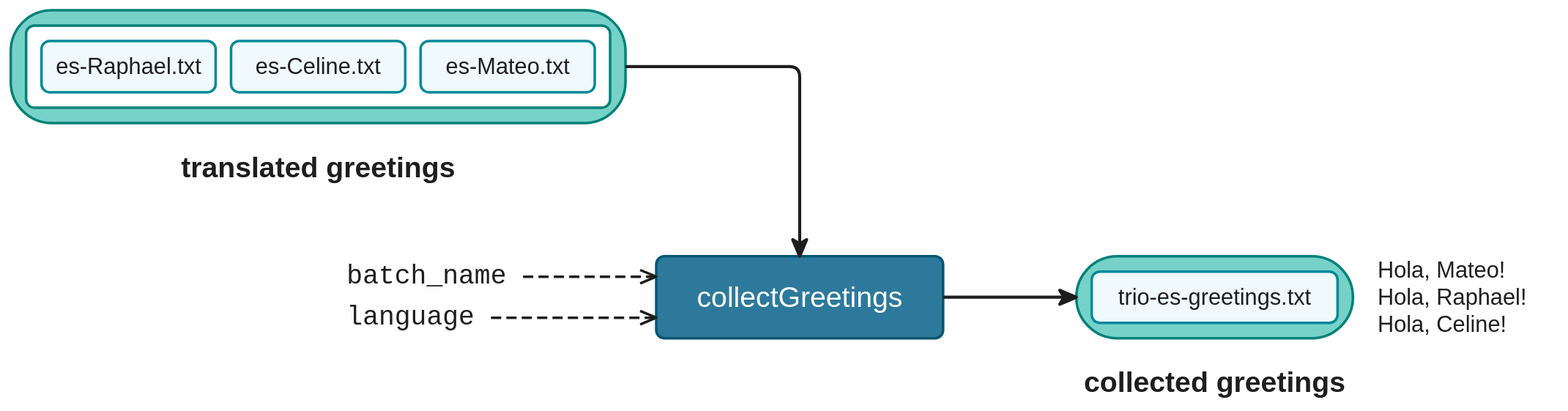
The draw.io diagram docs/en/docs/hello_nextflow/img/hello-collect-batch.drawio.svg in nextflow-io/training, before a commit. Source tidied: cells renumbered, new cells last; positions are measured from the earlier drawing's top-left corner, leaving out a move shared by most shapes.
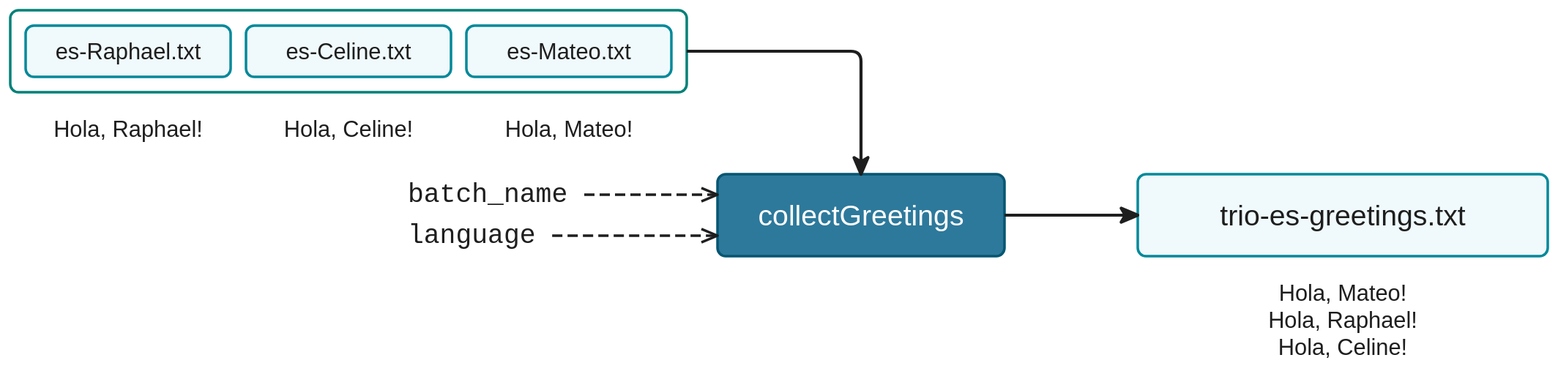
Later version of the same file.

Commit message:
docs(hello_nextflow): abstract process views before the code; h4 spacing

What changed in the source:
```diff
@@ -2,31 +2,34 @@
   <root>
     <mxCell id="0" />
     <mxCell id="1" parent="0" />
-    <mxCell id="2" style="rounded=1;absoluteArcSize=1;arcSize=80;fillColor=#76d2c8;strokeColor=#018178;strokeWidth=2.5;fontFamily=Helvetica;fontSize=28;fontColor=#1e1e1e;html=0;whiteSpace=nowrap;" parent="1" vertex="1">
-      <mxGeometry width="600" height="110" as="geometry" />
+    <mxCell id="2" style="rounded=1;absoluteArcSize=1;arcSize=16;fillColor=#ffffff;strokeColor=#018178;strokeWidth=2.5;fontFamily=Helvetica;fontSize=22;fontColor=#1e1e1e;html=0;whiteSpace=nowrap;" parent="1" vertex="1">
+      <mxGeometry x="-60" y="80" width="660" height="80" as="geometry" />
     </mxCell>
-    <mxCell id="3" style="rounded=1;absoluteArcSize=1;arcSize=16;fillColor=#ffffff;strokeColor=#018178;strokeWidth=2.5;fontFamily=Helvetica;fontSize=22;fontColor=#1e1e1e;html=0;whiteSpace=nowrap;" parent="2" vertex="1">
-      <mxGeometry x="15" y="15" width="570" height="80" as="geometry" />
-    </mxCell>
-    <mxCell id="4" value="es-Raphael.txt" style="rounded=1;absoluteArcSize=1;arcSize=16;fillColor=#f0f9fb;strokeColor=#02899a;strokeWidth=2.5;fontFamily=Helvetica;fontSize=22;fontColor=#1e1e1e;html=0;whiteSpace=nowrap;" parent="3" vertex="1">
-      <mxGeometry x="15" y="15" width="170" height="50" as="geometry" />
+    <mxCell id="4" value="es-Raphael.txt" style="rounded=1;absoluteArcSize=1;arcSize=16;fillColor=#f0f9fb;strokeColor=#02899a;strokeWidth=2.5;fontFamily=Helvetica;fontSize=22;fontColor=#1e1e1e;html=0;whiteSpace=nowrap;" parent="2" vertex="1">
+      <mxGeometry x="15" y="15" width="200" height="50" as="geometry" />
     </mxCell>
+    <mxCell id="19" value="Hola, Raphael!" style="text;align=center;verticalAlign=middle;spacing=0;spacingLeft=4;fontFamily=Helvetica;fontSize=22;fontColor=#1e1e1e;html=0;whiteSpace=nowrap;" parent="1" vertex="1">
+      <mxGeometry x="-45" y="180" width="200" height="32" as="geometry" />
+    </mxCell>
-    <mxCell id="5" value="es-Celine.txt" style="rounded=1;absoluteArcSize=1;arcSize=16;fillColor=#f0f9fb;strokeColor=#02899a;strokeWidth=2.5;fontFamily=Helvetica;fontSize=22;fontColor=#1e1e1e;html=0;whiteSpace=nowrap;" parent="3" vertex="1">
-      <mxGeometry x="200" y="15" width="170" height="50" as="geometry" />
+    <mxCell id="5" value="es-Celine.txt" style="rounded=1;absoluteArcSize=1;arcSize=16;fillColor=#f0f9fb;strokeColor=#02899a;strokeWidth=2.5;fontFamily=Helvetica;fontSize=22;fontColor=#1e1e1e;html=0;whiteSpace=nowrap;" parent="2" vertex="1">
+      <mxGeometry x="230" y="15" width="200" height="50" as="geometry" />
     </mxCell>
+    <mxCell id="20" value="Hola, Celine!" style="text;align=center;verticalAlign=middle;spacing=0;spacingLeft=4;fontFamily=Helvetica;fontSize=22;fontColor=#1e1e1e;html=0;whiteSpace=nowrap;" parent="1" vertex="1">
+      <mxGeometry x="170" y="180" width="200" height="32" as="geometry" />
+    </mxCell>
-    <mxCell id="6" value="es-Mateo.txt" style="rounded=1;absoluteArcSize=1;arcSize=16;fillColor=#f0f9fb;strokeColor=#02899a;strokeWidth=2.5;fontFamily=Helvetica;fontSize=22;fontColor=#1e1e1e;html=0;whiteSpace=nowrap;" parent="3" vertex="1">
-      <mxGeometry x="385" y="15" width="170" height="50" as="geometry" />
+    <mxCell id="6" value="es-Mateo.txt" style="rounded=1;absoluteArcSize=1;arcSize=16;fillColor=#f0f9fb;strokeColor=#02899a;strokeWidth=2.5;fontFamily=Helvetica;fontSize=22;fontColor=#1e1e1e;html=0;whiteSpace=nowrap;" parent="2" vertex="1">
+      <mxGeometry x="445" y="15" width="200" height="50" as="geometry" />
     </mxCell>
-    <mxCell id="7" value="translated greetings" style="text;align=center;verticalAlign=middle;fontFamily=Helvetica;fontSize=28;fontStyle=1;fontColor=#1e1e1e;html=0;whiteSpace=nowrap;" parent="1" vertex="1">
-      <mxGeometry y="135" width="600" height="36" as="geometry" />
-    </mxCell>
+    <mxCell id="21" value="Hola, Mateo!" style="text;align=center;verticalAlign=middle;spacing=0;spacingLeft=4;fontFamily=Helvetica;fontSize=22;fontColor=#1e1e1e;html=0;whiteSpace=nowrap;" parent="1" vertex="1">
+      <mxGeometry x="385" y="180" width="200" height="32" as="geometry" />
+    </mxCell>
     <mxCell id="8" value="collectGreetings" style="rounded=1;absoluteArcSize=1;arcSize=16;fillColor=#2d799b;strokeColor=#055672;strokeWidth=2.5;fontFamily=Helvetica;fontSize=28;fontColor=#ffffff;html=0;whiteSpace=nowrap;" parent="1" vertex="1">
       <mxGeometry x="630" y="240" width="280" height="80" as="geometry" />
     </mxCell>
     <mxCell id="9" style="edgeStyle=orthogonalEdgeStyle;html=0;strokeColor=#1e1e1e;endSize=12;rounded=1;arcSize=40;strokeWidth=3;endArrow=classic;endFill=1;exitX=1;exitY=0.5;exitDx=0;exitDy=0;entryX=0.5;entryY=0;entryDx=0;entryDy=0;" parent="1" edge="1" source="2" target="8">
       <mxGeometry relative="1" as="geometry">
         <Array as="points">
-          <mxPoint x="770" y="55" />
+          <mxPoint x="770" y="120" />
         </Array>
       </mxGeometry>
     </mxCell>
@@ -42,20 +45,14 @@
     <mxCell id="13" style="edgeStyle=none;html=0;strokeColor=#1e1e1e;endSize=12;strokeWidth=2.5;dashed=1;dashPattern=4 2;endArrow=open;endFill=0;exitX=1;exitY=0.5;exitDx=0;exitDy=0;entryX=0;entryY=0.75;entryDx=0;entryDy=0;" parent="1" edge="1" source="12" target="8">
       <mxGeometry relative="1" as="geometry" />
     </mxCell>
-    <mxCell id="14" style="rounded=1;absoluteArcSize=1;arcSize=80;fillColor=#76d2c8;strokeColor=#018178;strokeWidth=2.5;fontFamily=Helvetica;fontSize=28;fontColor=#1e1e1e;html=0;whiteSpace=nowrap;" parent="1" vertex="1">
-      <mxGeometry x="1040" y="240" width="270" height="80" as="geometry" />
+    <mxCell id="14" value="trio-es-greetings.txt" style="rounded=1;absoluteArcSize=1;arcSize=16;fillColor=#f0f9fb;strokeColor=#02899a;strokeWidth=2.5;fontFamily=Helvetica;fontSize=28;fontColor=#1e1e1e;html=0;whiteSpace=nowrap;" parent="1" vertex="1">
+      <mxGeometry x="1040" y="240" width="400" height="80" as="geometry" />
     </mxCell>
-    <mxCell id="15" value="trio-es-greetings.txt" style="rounded=1;absoluteArcSize=1;arcSize=16;fillColor=#f0f9fb;strokeColor=#02899a;strokeWidth=2.5;fontFamily=Helvetica;fontSize=22;fontColor=#1e1e1e;html=0;whiteSpace=nowrap;" parent="14" vertex="1">
-      <mxGeometry x="15" y="15" width="240" height="50" as="geometry" />
-    </mxCell>
-    <mxCell id="16" value="collected greetings" style="text;align=center;verticalAlign=middle;fontFamily=Helvetica;fontSize=28;fontStyle=1;fontColor=#1e1e1e;html=0;whiteSpace=nowrap;" parent="1" vertex="1">
-      <mxGeometry x="1040" y="345" width="270" height="36" as="geometry" />
-    </mxCell>
+    <mxCell id="18" style="edgeStyle=none;html=0;strokeColor=#1e1e1e;endSize=12;strokeWidth=3;endArrow=classic;endFill=1;exitX=1;exitY=0.5;exitDx=0;exitDy=0;entryX=0;entryY=0.5;entryDx=0;entryDy=0;" parent="1" edge="1" source="8" target="14">
+      <mxGeometry relative="1" as="geometry" />
+    </mxCell>
-    <mxCell id="17" value="Hola, Mateo!&#10;Hola, Raphael!&#10;Hola, Celine!" style="text;align=left;verticalAlign=middle;spacing=0;spacingLeft=4;fontFamily=Helvetica;fontSize=22;fontColor=#1e1e1e;html=0;whiteSpace=nowrap;" parent="1" vertex="1">
-      <mxGeometry x="1330" y="235.5" width="179.4" height="89" as="geometry" />
+    <mxCell id="17" value="Hola, Mateo!&#10;Hola, Raphael!&#10;Hola, Celine!" style="text;align=center;verticalAlign=middle;spacing=0;spacingLeft=4;fontFamily=Helvetica;fontSize=22;fontColor=#1e1e1e;html=0;whiteSpace=nowrap;" parent="1" vertex="1">
+      <mxGeometry x="1040" y="340" width="400" height="85" as="geometry" />
     </mxCell>
-    <mxCell id="18" style="edgeStyle=none;html=0;strokeColor=#1e1e1e;endSize=12;strokeWidth=3;endArrow=classic;endFill=1;exitX=1;exitY=0.5;exitDx=0;exitDy=0;entryX=0;entryY=0.5;entryDx=0;entryDy=0;" parent="1" edge="1" source="8" target="14">
-      <mxGeometry relative="1" as="geometry" />
-    </mxCell>
   </root>
 </mxGraphModel>
```
